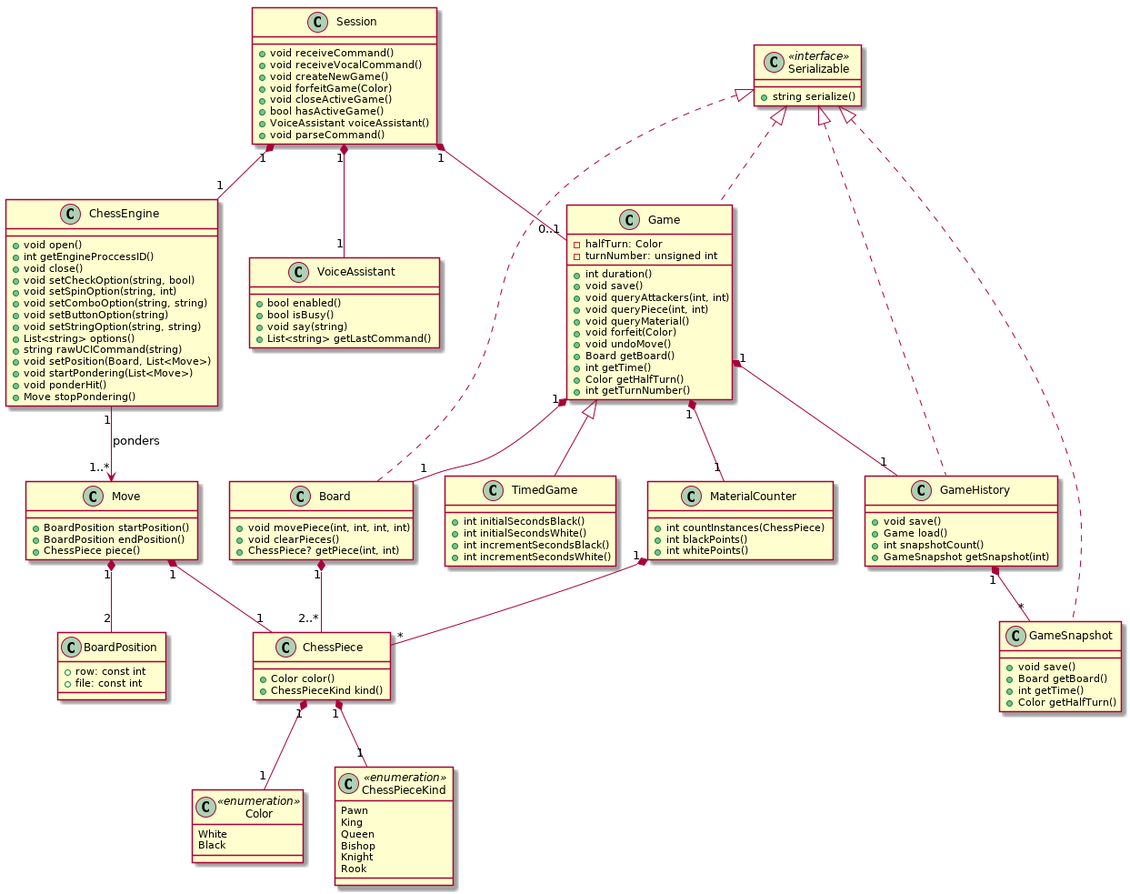
This is class-diagram.png from tvanslyke/accessible-chess-class-diagram, a PlantUML export, as it was before one commit.
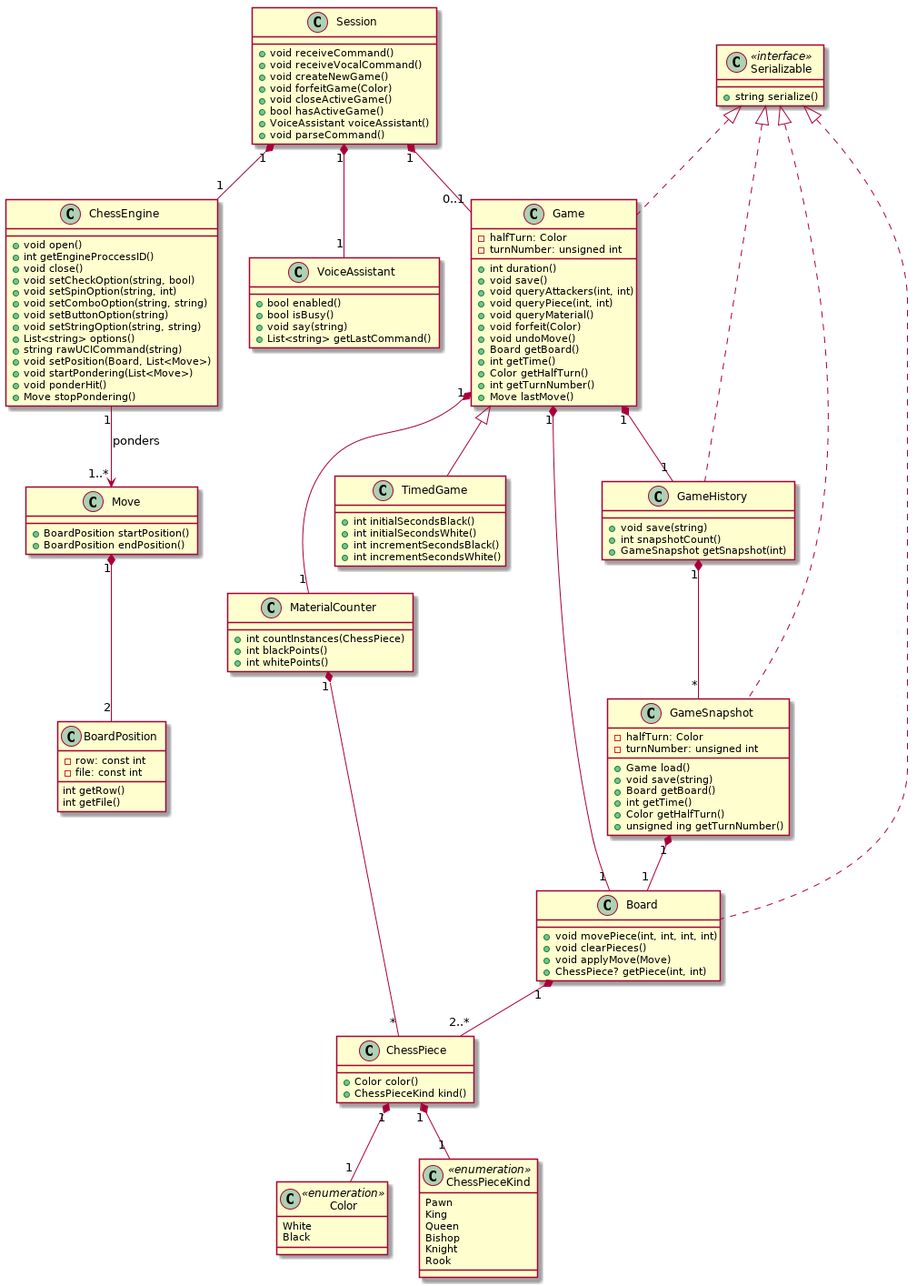
After the commit.

Commit message:
small structural adjustments

Change to the diagram source:
```diff
@@ -8,17 +8,18 @@
 }
 
 class BoardPosition {
-	+row: const int
-	+file: const int
+	-row: const int
+	-file: const int
+
+	int getRow()
+	int getFile()
 }
 
 Move "1" *-- "2" BoardPosition
-Move "1" *-- "1" ChessPiece
 
 class Move {
 	+BoardPosition startPosition()
 	+BoardPosition endPosition()
-	+ChessPiece piece()
 }
 
 class ChessEngine {
@@ -66,6 +67,7 @@
 class Board {
 	+void movePiece(int, int, int, int)
 	+void clearPieces()
+	+void applyMove(Move)
 	+ChessPiece? getPiece(int, int)
 }
 
@@ -84,6 +86,7 @@
 	+int getTime()
 	+Color getHalfTurn()
 	+int getTurnNumber()
+	+Move lastMove()
 }
 
 ChessEngine "1" --> "1..*" Move : ponders
@@ -91,17 +94,23 @@
 Serializable <|.. Game
 
 class GameSnapshot {
-	+void save()
+	-halfTurn: Color
+	-turnNumber: unsigned int
+
+	+Game load()
+	+void save(string)
 	+Board getBoard()
 	+int getTime()
 	+Color getHalfTurn()
+	+unsigned ing getTurnNumber()
 }
+
+GameSnapshot "1" *-- "1" Board
 
 Serializable <|.. GameSnapshot
 
 class GameHistory {
-	+void save()
-	+Game load()
+	+void save(string)
 	+int snapshotCount()
 	+GameSnapshot getSnapshot(int)
 }
```
